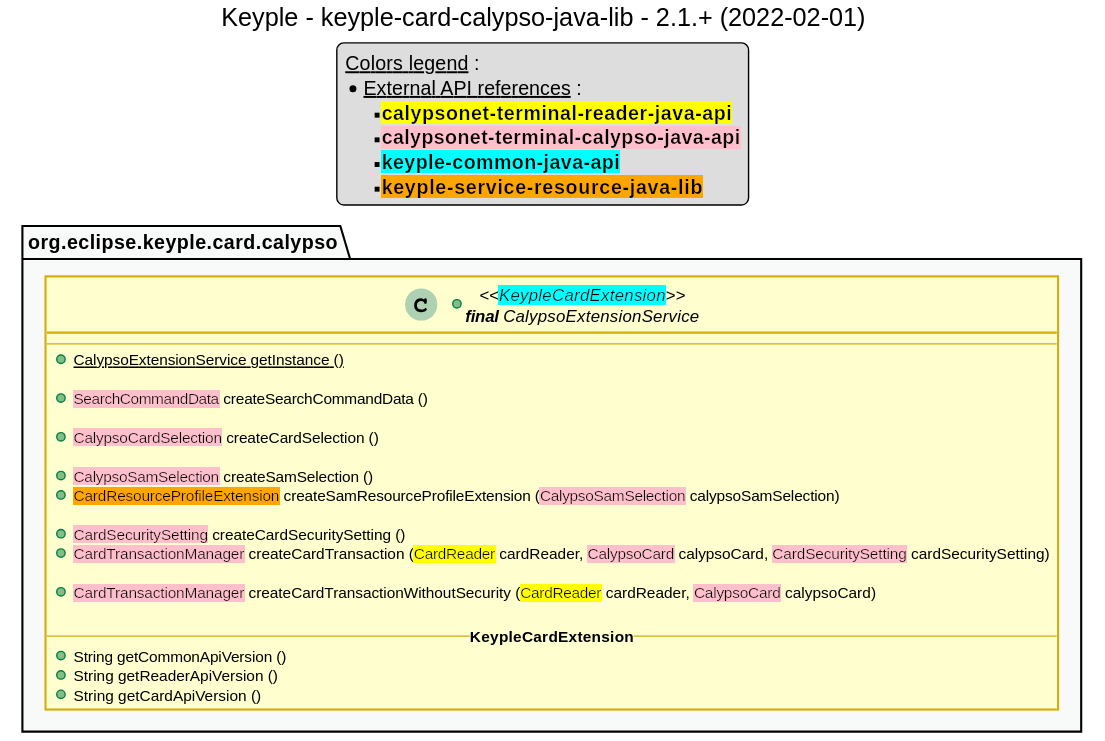
eclipse-keyple/keyple-card-calypso-java-lib keeps this PlantUML diagram as src/main/uml/api_class_diagram.svg. Above is the earlier version.
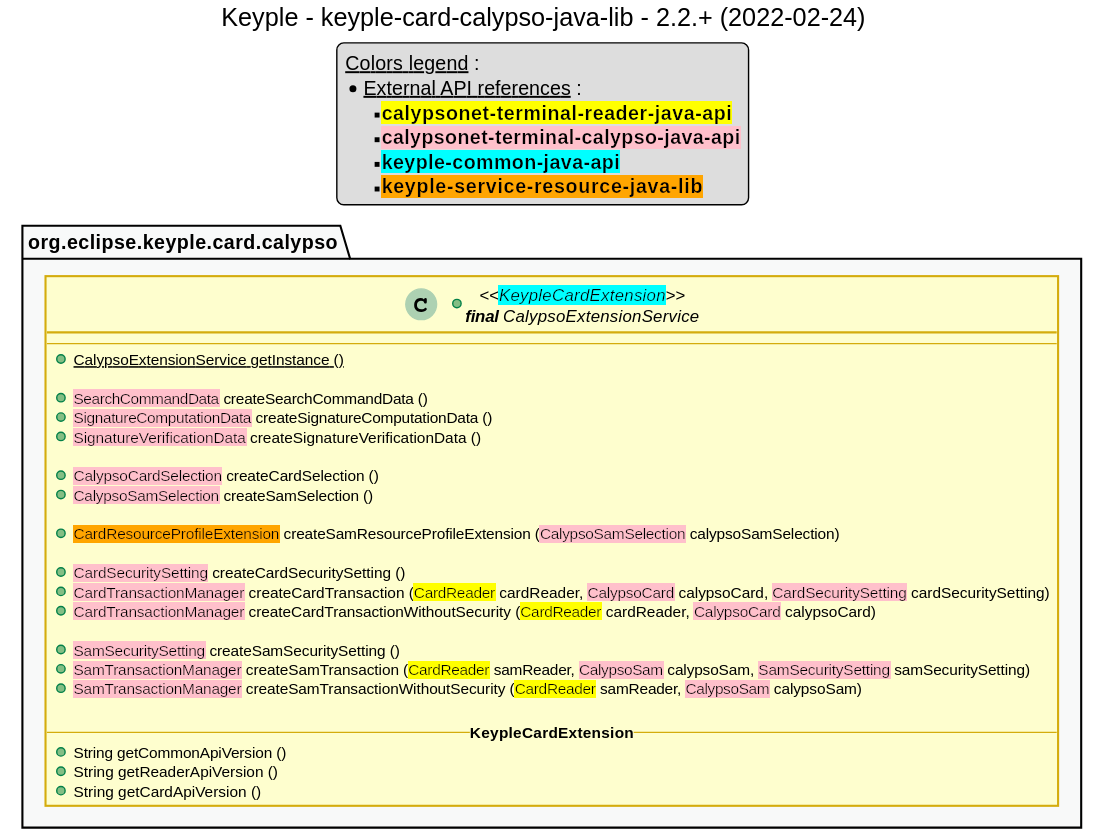
Later version of the same file.

What changed in the source:
```diff
@@ -1,6 +1,6 @@
 @startuml
 title
-    Keyple - keyple-card-calypso-java-lib - 2.1.+ (2022-02-01)
+    Keyple - keyple-card-calypso-java-lib - 2.2.+ (2022-02-24)
 end title
 
 
@@ -52,16 +52,21 @@
         +{static} CalypsoExtensionService getInstance ()
 
         +<back:pink>SearchCommandData</back> createSearchCommandData ()
+        +<back:pink>SignatureComputationData</back> createSignatureComputationData ()
+        +<back:pink>SignatureVerificationData</back> createSignatureVerificationData ()
 
         +<back:pink>CalypsoCardSelection</back> createCardSelection ()
+        +<back:pink>CalypsoSamSelection</back> createSamSelection ()
 
-        +<back:pink>CalypsoSamSelection</back> createSamSelection ()
         +<back:orange>CardResourceProfileExtension</back> createSamResourceProfileExtension (<back:pink>CalypsoSamSelection</back> calypsoSamSelection)
 
         +<back:pink>CardSecuritySetting</back> createCardSecuritySetting ()
         +<back:pink>CardTransactionManager</back> createCardTransaction (<back:yellow>CardReader</back> cardReader, <back:pink>CalypsoCard</back> calypsoCard, <back:pink>CardSecuritySetting</back> cardSecuritySetting)
+        +<back:pink>CardTransactionManager</back> createCardTransactionWithoutSecurity (<back:yellow>CardReader</back> cardReader, <back:pink>CalypsoCard</back> calypsoCard)
 
-        +<back:pink>CardTransactionManager</back> createCardTransactionWithoutSecurity (<back:yellow>CardReader</back> cardReader, <back:pink>CalypsoCard</back> calypsoCard)
+        +<back:pink>SamSecuritySetting</back> createSamSecuritySetting ()
+        +<back:pink>SamTransactionManager</back> createSamTransaction (<back:yellow>CardReader</back> samReader, <back:pink>CalypsoSam</back> calypsoSam, <back:pink>SamSecuritySetting</back> samSecuritySetting)
+        +<back:pink>SamTransactionManager</back> createSamTransactionWithoutSecurity (<back:yellow>CardReader</back> samReader, <back:pink>CalypsoSam</back> calypsoSam)
 
         -- **KeypleCardExtension** --
         +String getCommonApiVersion ()
```
